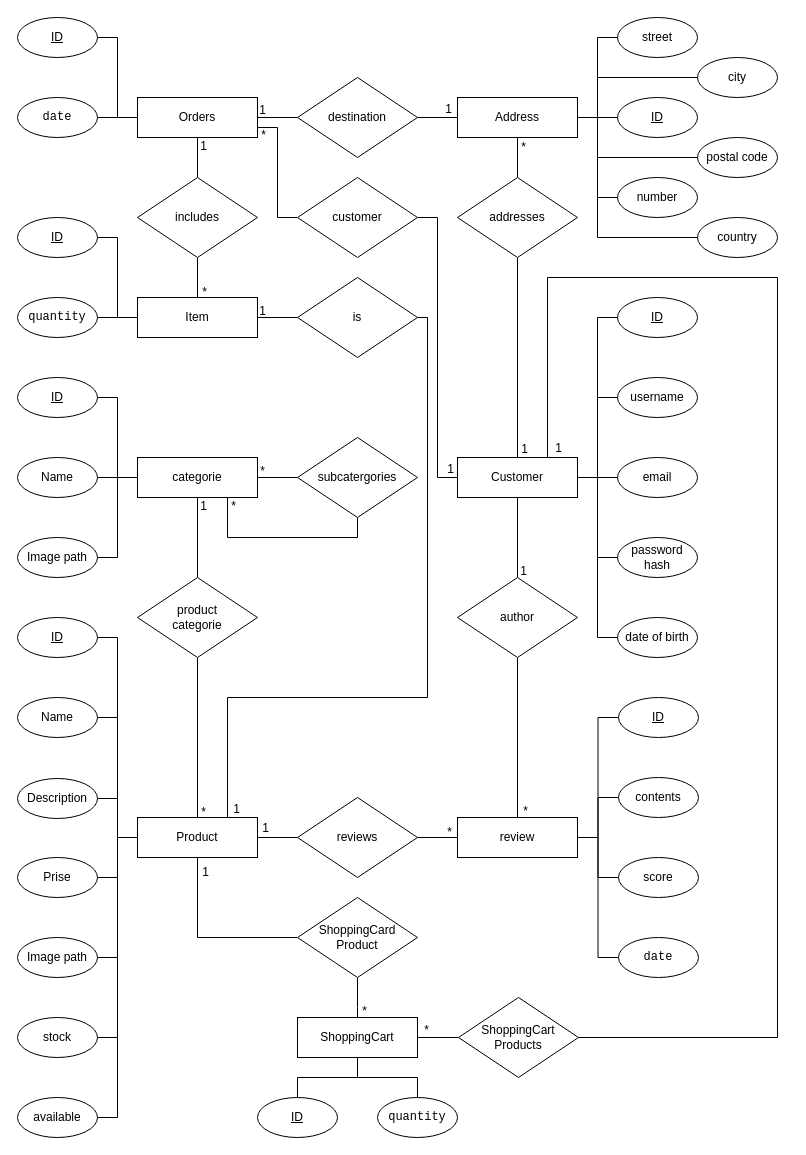
Earlier version of the draw.io diagram Databases_ER.drawio (ArnoJoosen/webShop). Source tidied: cells renumbered, new cells numbered last; positions are measured from the earlier drawing's top-left corner, leaving out a move shared by most shapes. Both pictures are drawn from the tidied source at 100%, with x=0, y=0 at pixel (17, 17).
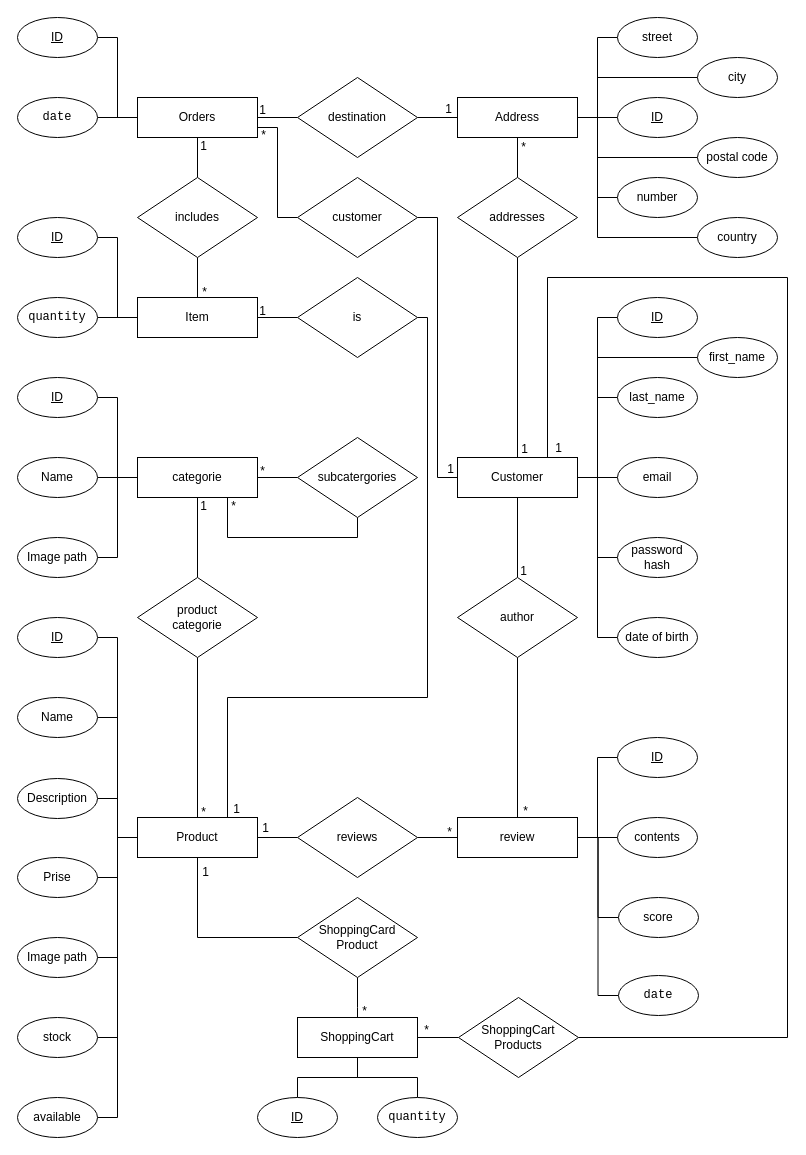
After the change.

Commit message (it also covers changes not shown here):
change user table to include firste name and last name

Unchanged cells that the change refers to:
```xml
<mxCell id="42" value="&lt;span lang=&quot;en&quot; class=&quot;HwtZe&quot;&gt;Customer&lt;/span&gt;" style="rounded=0;whiteSpace=wrap;html=1;" parent="1" vertex="1">
  <mxGeometry x="440" y="440" width="120" height="40" as="geometry" />
</mxCell>
<mxCell id="121" value="ShoppingCart&lt;div&gt;Products&lt;/div&gt;" style="rhombus;whiteSpace=wrap;html=1;" parent="1" vertex="1">
  <mxGeometry x="441" y="980" width="120" height="80" as="geometry" />
</mxCell>
```

Change to the diagram source:
```diff
@@
     <mxCell id="38" value="&lt;u&gt;ID&lt;/u&gt;" style="ellipse;whiteSpace=wrap;html=1;" parent="1" vertex="1">
-      <mxGeometry x="601" y="680" width="80" height="40" as="geometry" />
+      <mxGeometry x="600" y="720" width="80" height="40" as="geometry" />
     </mxCell>
     <mxCell id="39" value="&lt;span lang=&quot;en&quot; class=&quot;HwtZe&quot;&gt;contents&lt;/span&gt;" style="ellipse;whiteSpace=wrap;html=1;" parent="1" vertex="1">
-      <mxGeometry x="601" y="760" width="80" height="40" as="geometry" />
+      <mxGeometry x="600" y="800" width="80" height="40" as="geometry" />
     </mxCell>
     <mxCell id="40" value="&lt;span lang=&quot;en&quot; class=&quot;HwtZe&quot;&gt;score&lt;/span&gt;" style="ellipse;whiteSpace=wrap;html=1;" parent="1" vertex="1">
-      <mxGeometry x="601" y="840" width="80" height="40" as="geometry" />
+      <mxGeometry x="601" y="880" width="80" height="40" as="geometry" />
     </mxCell>
@@
-    <mxCell id="50" value="&lt;span lang=&quot;en&quot; class=&quot;HwtZe&quot;&gt;username&lt;/span&gt;" style="ellipse;whiteSpace=wrap;html=1;" parent="1" vertex="1">
+    <mxCell id="50" value="&lt;span lang=&quot;en&quot; class=&quot;HwtZe&quot;&gt;last_name&lt;/span&gt;" style="ellipse;whiteSpace=wrap;html=1;" parent="1" vertex="1">
       <mxGeometry x="600" y="360" width="80" height="40" as="geometry" />
     </mxCell>
@@
     <mxCell id="88" value="&lt;div class=&quot;QmZWSe&quot;&gt;&lt;div class=&quot;DHcWmd&quot;&gt;&lt;/div&gt;&lt;/div&gt;&lt;div class=&quot;oSioSc&quot;&gt;&lt;div id=&quot;tw-target&quot;&gt;&lt;div class=&quot;g9WsWb PZPZlf&quot; id=&quot;kAz1tf&quot;&gt;&lt;div tabindex=&quot;0&quot; id=&quot;tw-target-text-container&quot; class=&quot;tw-ta-container F0azHf tw-nfl&quot;&gt;&lt;pre dir=&quot;ltr&quot; aria-label=&quot;Vertaalde tekst: number&quot; style=&quot;text-align:left&quot; id=&quot;tw-target-text&quot; class=&quot;tw-data-text tw-text-large tw-ta&quot;&gt;&lt;span lang=&quot;en&quot; class=&quot;Y2IQFc&quot;&gt;date&lt;/span&gt;&lt;/pre&gt;&lt;/div&gt;&lt;/div&gt;&lt;/div&gt;&lt;/div&gt;" style="ellipse;whiteSpace=wrap;html=1;" parent="1" vertex="1">
-      <mxGeometry x="601" y="920" width="80" height="40" as="geometry" />
+      <mxGeometry x="601" y="958" width="80" height="40" as="geometry" />
     </mxCell>
@@
     <mxCell id="120" style="edgeStyle=orthogonalEdgeStyle;rounded=0;jettySize=auto;html=1;exitX=1;exitY=0.5;exitDx=0;exitDy=0;entryX=0.75;entryY=0;entryDx=0;entryDy=0;endArrow=none;endFill=0;" parent="1" edge="1" source="121" target="42">
       <mxGeometry relative="1" as="geometry">
         <Array as="points">
-          <mxPoint x="760" y="1020" />
-          <mxPoint x="760" y="260" />
+          <mxPoint x="770" y="1020" />
+          <mxPoint x="770" y="260" />
           <mxPoint x="530" y="260" />
         </Array>
       </mxGeometry>
     </mxCell>
@@
+    <mxCell id="127" style="edgeStyle=orthogonalEdgeStyle;rounded=0;jettySize=auto;html=1;exitX=0;exitY=0.5;exitDx=0;exitDy=0;entryX=1;entryY=0.5;entryDx=0;entryDy=0;endArrow=none;endFill=0;" parent="1" edge="1" source="128" target="42">
+      <mxGeometry relative="1" as="geometry">
+        <Array as="points">
+          <mxPoint x="580" y="340" />
+          <mxPoint x="580" y="460" />
+        </Array>
+      </mxGeometry>
+    </mxCell>
+    <mxCell id="128" value="&lt;span lang=&quot;en&quot; class=&quot;HwtZe&quot;&gt;first_name&lt;/span&gt;" style="ellipse;whiteSpace=wrap;html=1;" parent="1" vertex="1">
+      <mxGeometry x="680" y="320" width="80" height="40" as="geometry" />
+    </mxCell>
```
